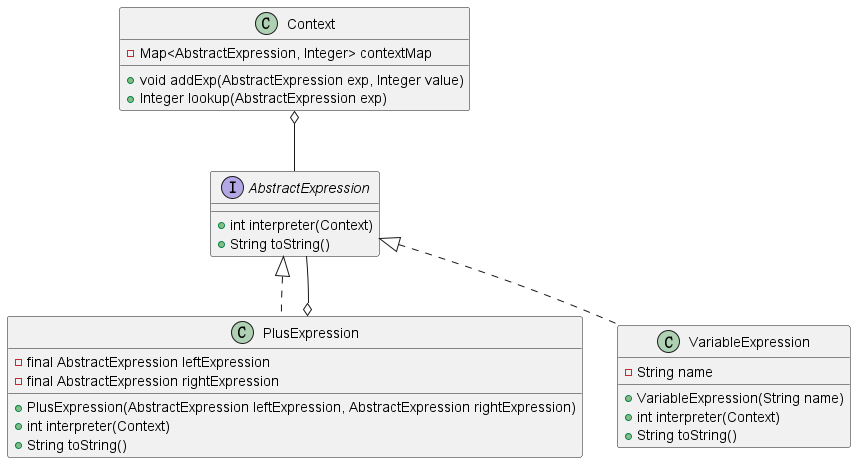
Above: spring-cloud-design-pattern/behavior-interpreter-pattern/src/main/resources/static/diagram-demo.png in sunnyzhy/Design-pattern (PlantUML), before the change.
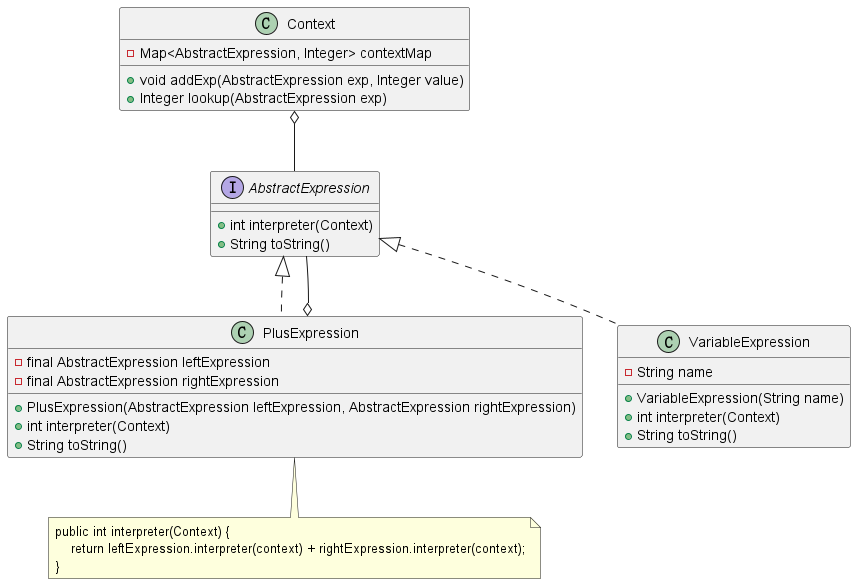
The same file after the commit.

Change to the diagram source:
```diff
@@ -32,4 +32,12 @@
   +Integer lookup(AbstractExpression exp)
 }
 
+note as N
+    public int interpreter(Context) {
+        return leftExpression.interpreter(context) + rightExpression.interpreter(context);
+    }
+end note
+
+PlusExpression .. N
+
 @enduml
```
